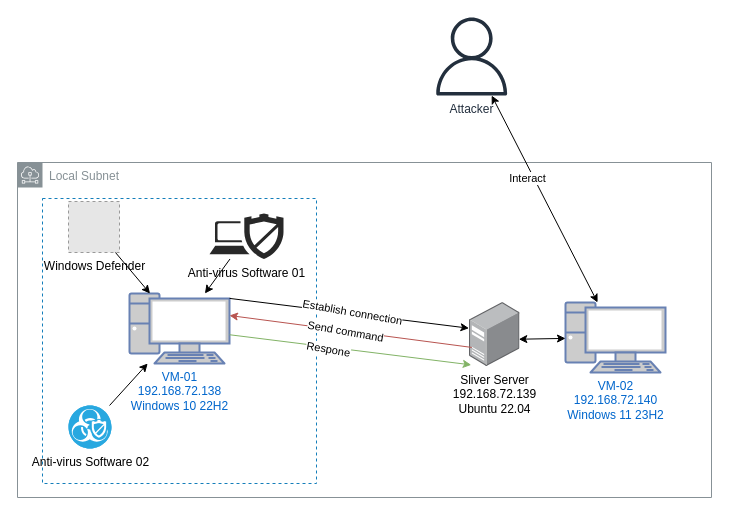
Earlier version of the draw.io diagram page "Demo-Architecture" (2 of 5) of C2_model.drawio (lephuduc/kayumi). Source tidied: cells renumbered, new cells numbered last; positions are measured from the earlier drawing's top-left corner, leaving out a move shared by most shapes. Both pictures are drawn from the tidied source at 100%, with x=0, y=0 at pixel (17, 17). Pictures stored in the file or linked from it are replaced by grey dashed boxes.
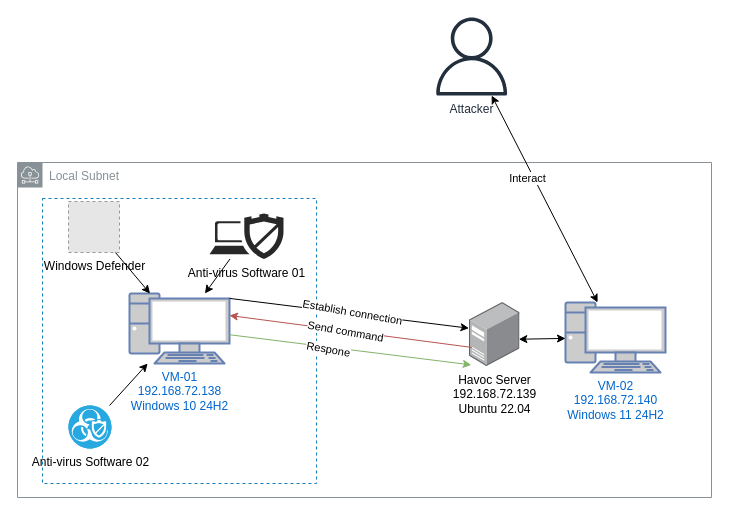
The same diagram, later.

Diff of the diagram source:
```diff
@@
-    <mxCell id="4" value="VM-02&lt;div&gt;192.168.72.140&lt;/div&gt;&lt;div&gt;Windows 11 23H2&lt;/div&gt;" style="fontColor=#0066CC;verticalAlign=top;verticalLabelPosition=bottom;labelPosition=center;align=center;html=1;outlineConnect=0;fillColor=#CCCCCC;strokeColor=#6881B3;gradientColor=none;gradientDirection=north;strokeWidth=2;shape=mxgraph.networks.pc;" parent="1" vertex="1">
+    <mxCell id="4" value="VM-02&lt;div&gt;192.168.72.140&lt;/div&gt;&lt;div&gt;Windows 11 24H2&lt;/div&gt;" style="fontColor=#0066CC;verticalAlign=top;verticalLabelPosition=bottom;labelPosition=center;align=center;html=1;outlineConnect=0;fillColor=#CCCCCC;strokeColor=#6881B3;gradientColor=none;gradientDirection=north;strokeWidth=2;shape=mxgraph.networks.pc;" parent="1" vertex="1">
       <mxGeometry x="548" y="285" width="100" height="70" as="geometry" />
     </mxCell>
-    <mxCell id="5" value="VM-01&lt;div&gt;192.168.72.138&lt;/div&gt;&lt;div&gt;Windows 10 22H2&lt;/div&gt;" style="fontColor=#0066CC;verticalAlign=top;verticalLabelPosition=bottom;labelPosition=center;align=center;html=1;outlineConnect=0;fillColor=#CCCCCC;strokeColor=#6881B3;gradientColor=none;gradientDirection=north;strokeWidth=2;shape=mxgraph.networks.pc;" parent="1" vertex="1">
+    <mxCell id="5" value="VM-01&lt;div&gt;192.168.72.138&lt;/div&gt;&lt;div&gt;Windows 10 24H2&lt;/div&gt;" style="fontColor=#0066CC;verticalAlign=top;verticalLabelPosition=bottom;labelPosition=center;align=center;html=1;outlineConnect=0;fillColor=#CCCCCC;strokeColor=#6881B3;gradientColor=none;gradientDirection=north;strokeWidth=2;shape=mxgraph.networks.pc;" parent="1" vertex="1">
       <mxGeometry x="112" y="276" width="100" height="70" as="geometry" />
     </mxCell>
-    <mxCell id="6" value="&lt;div&gt;Sliver Server&lt;/div&gt;&lt;div&gt;192.168.72.139&lt;/div&gt;&lt;div&gt;Ubuntu 22.04&lt;/div&gt;" style="image;points=[];html=1;align=center;shadow=0;dashed=0;image=img/lib/allied_telesis/computer_and_terminals/Server_Desktop.svg;" parent="1" vertex="1">
+    <mxCell id="6" value="&lt;div&gt;Havoc Server&lt;/div&gt;&lt;div&gt;192.168.72.139&lt;/div&gt;&lt;div&gt;Ubuntu 22.04&lt;/div&gt;" style="image;points=[];html=1;align=center;shadow=0;dashed=0;image=img/lib/allied_telesis/computer_and_terminals/Server_Desktop.svg;" parent="1" vertex="1">
       <mxGeometry x="452" y="285" width="50.5" height="64" as="geometry" />
     </mxCell>
```
